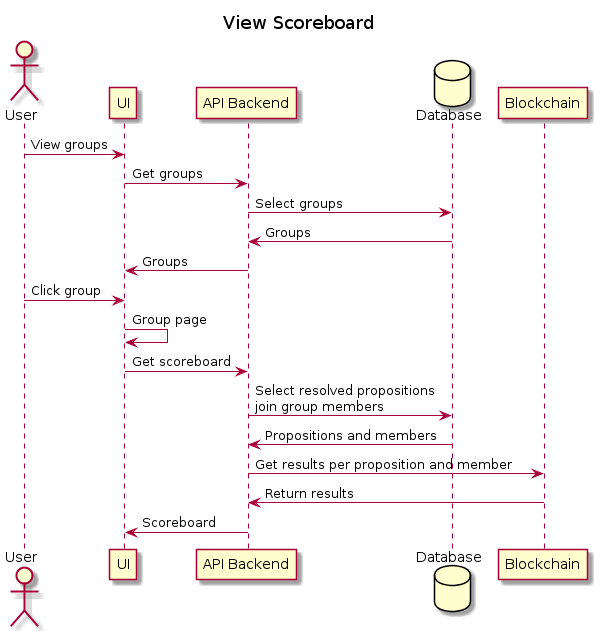
Before: diagram_out/Diagrams/UserStories/View Scoreboard.png, a diagram exported from PlantUML (adhurjaty/prediction-app).
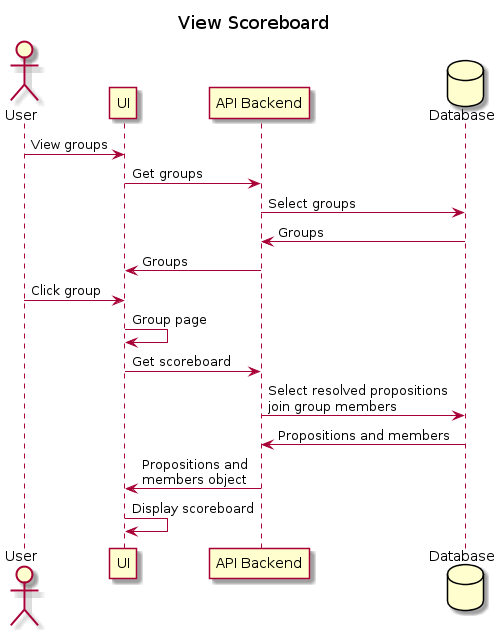
After the commit.

Commit message:
removes blockchain from getting scoreboard

What changed in the source:
```diff
@@ -6,7 +6,6 @@
 participant UI as ui
 participant "API Backend" as api
 database Database as db
-participant Blockchain as bc
 
 user -> ui : View groups
 ui -> api : Get groups
@@ -18,8 +17,7 @@
 ui -> api : Get scoreboard
 api -> db : Select resolved propositions\njoin group members
 db -> api : Propositions and members
-api -> bc : Get results per proposition and member
-bc -> api : Return results
-api -> ui : Scoreboard
+api -> ui : Propositions and\nmembers object
+ui -> ui : Display scoreboard
 
 @enduml
```
